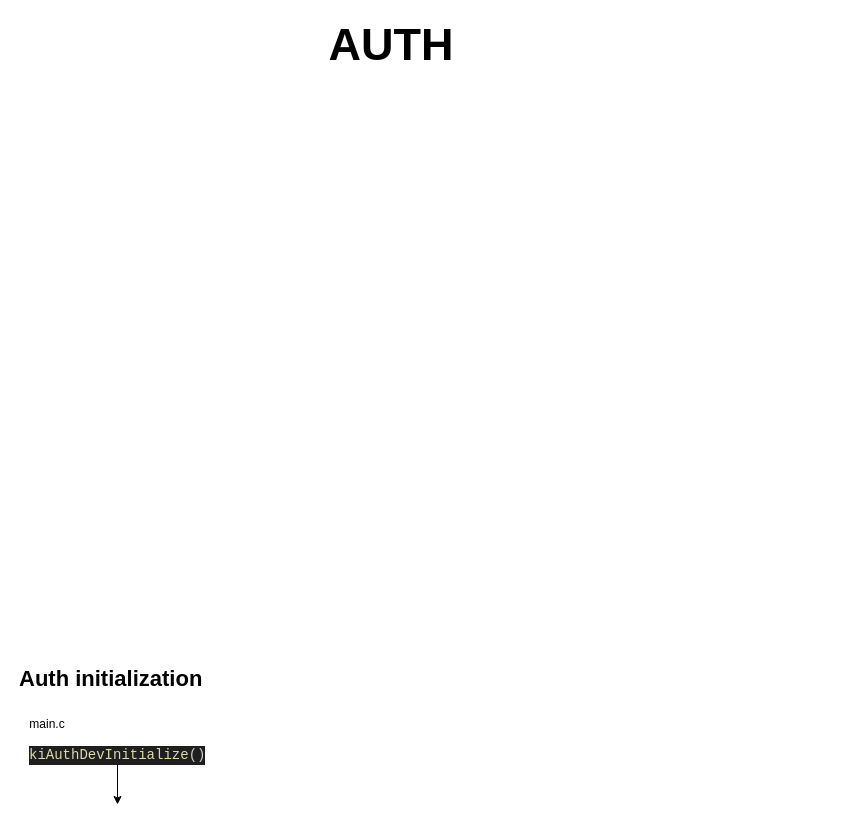
Above: diagram/251127_AUTH_flow.drawio in Jwoo0725/Ki (draw.io), before the change. Source tidied: cells renumbered, new cells numbered last; positions are measured from the earlier drawing's top-left corner, leaving out a move shared by most shapes. Both pictures are drawn from the tidied source at 100%, with x=0, y=0 at pixel (17, 29).
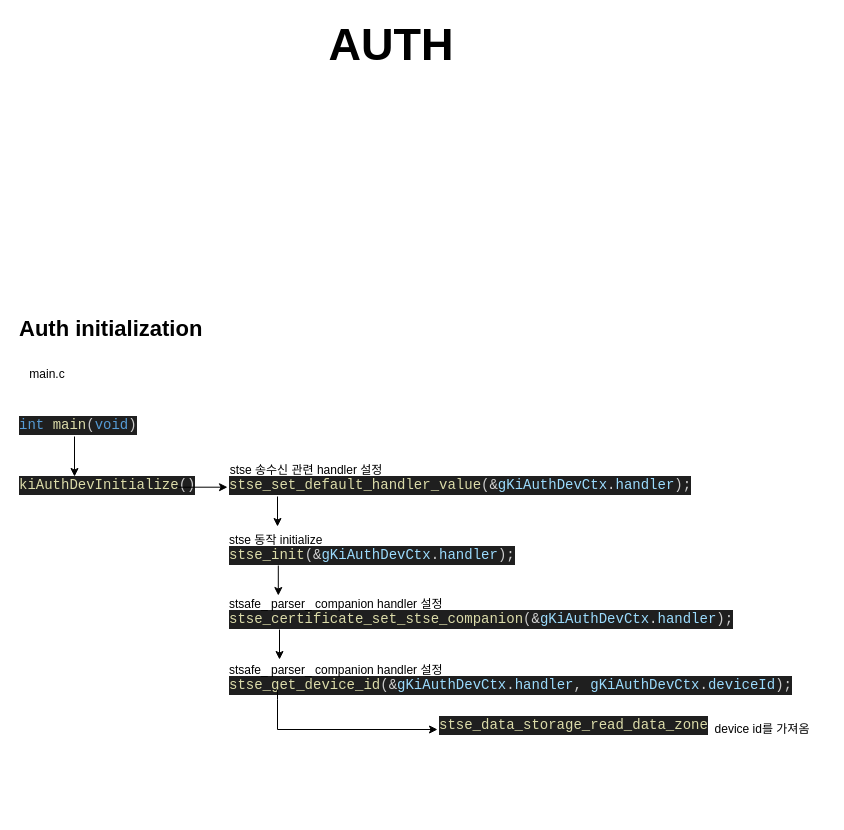
The same diagram, later.

What changed in the source:
```diff
@@
     <mxCell id="3" value="&lt;b&gt;Auth initialization&lt;/b&gt;" style="text;html=1;whiteSpace=wrap;strokeColor=none;fillColor=none;align=left;verticalAlign=middle;rounded=0;fontSize=22;" parent="1" vertex="1">
-      <mxGeometry y="630" width="230" height="40" as="geometry" />
+      <mxGeometry y="280" width="230" height="40" as="geometry" />
     </mxCell>
     <mxCell id="4" value="&lt;div style=&quot;color: #cccccc;background-color: #1f1f1f;font-family: Consolas, 'Courier New', monospace;font-weight: normal;font-size: 14px;line-height: 19px;white-space: pre;&quot;&gt;&lt;div&gt;&lt;span style=&quot;color: #dcdcaa;&quot;&gt;kiAuthDevInitialize&lt;/span&gt;&lt;span style=&quot;color: #cccccc;&quot;&gt;()&lt;/span&gt;&lt;/div&gt;&lt;/div&gt;" style="text;whiteSpace=wrap;html=1;" parent="1" vertex="1">
-      <mxGeometry x="10" y="710" width="200" height="40" as="geometry" />
+      <mxGeometry y="440" width="200" height="40" as="geometry" />
     </mxCell>
     <mxCell id="5" style="edgeStyle=none;orthogonalLoop=1;jettySize=auto;html=1;rounded=0;" parent="1" edge="1">
       <mxGeometry relative="1" as="geometry">
-        <mxPoint x="100" y="735" as="sourcePoint" />
-        <mxPoint x="100" y="775" as="targetPoint" />
+        <mxPoint x="160" y="457.7" as="sourcePoint" />
+        <mxPoint x="210" y="457.7" as="targetPoint" />
       </mxGeometry>
     </mxCell>
     <mxCell id="6" value="main.c" style="text;html=1;whiteSpace=wrap;strokeColor=none;fillColor=none;align=center;verticalAlign=middle;rounded=0;" parent="1" vertex="1">
-      <mxGeometry y="680" width="60" height="30" as="geometry" />
+      <mxGeometry y="330" width="60" height="30" as="geometry" />
     </mxCell>
+    <mxCell id="7" value="&lt;div style=&quot;color: #cccccc;background-color: #1f1f1f;font-family: Consolas, 'Courier New', monospace;font-weight: normal;font-size: 14px;line-height: 19px;white-space: pre;&quot;&gt;&lt;div&gt;&lt;span style=&quot;color: #569cd6;&quot;&gt;int&lt;/span&gt;&lt;span style=&quot;color: #cccccc;&quot;&gt; &lt;/span&gt;&lt;span style=&quot;color: #dcdcaa;&quot;&gt;main&lt;/span&gt;&lt;span style=&quot;color: #cccccc;&quot;&gt;(&lt;/span&gt;&lt;span style=&quot;color: #569cd6;&quot;&gt;void&lt;/span&gt;&lt;span style=&quot;color: #cccccc;&quot;&gt;)&lt;/span&gt;&lt;/div&gt;&lt;/div&gt;" style="text;whiteSpace=wrap;html=1;" parent="1" vertex="1">
+      <mxGeometry y="380" width="140" height="40" as="geometry" />
+    </mxCell>
+    <mxCell id="8" style="edgeStyle=none;orthogonalLoop=1;jettySize=auto;html=1;rounded=0;" parent="1" edge="1">
+      <mxGeometry relative="1" as="geometry">
+        <mxPoint x="57" y="407" as="sourcePoint" />
+        <mxPoint x="57" y="447" as="targetPoint" />
+      </mxGeometry>
+    </mxCell>
+    <mxCell id="9" value="&lt;div style=&quot;color: #cccccc;background-color: #1f1f1f;font-family: Consolas, 'Courier New', monospace;font-weight: normal;font-size: 14px;line-height: 19px;white-space: pre;&quot;&gt;&lt;div&gt;&lt;span style=&quot;color: #dcdcaa;&quot;&gt;stse_set_default_handler_value&lt;/span&gt;&lt;span style=&quot;color: #cccccc;&quot;&gt;(&lt;/span&gt;&lt;span style=&quot;color: #d4d4d4;&quot;&gt;&amp;amp;&lt;/span&gt;&lt;span style=&quot;color: #9cdcfe;&quot;&gt;gKiAuthDevCtx&lt;/span&gt;&lt;span style=&quot;color: #cccccc;&quot;&gt;.&lt;/span&gt;&lt;span style=&quot;color: #9cdcfe;&quot;&gt;handler&lt;/span&gt;&lt;span style=&quot;color: #cccccc;&quot;&gt;);&lt;/span&gt;&lt;/div&gt;&lt;/div&gt;" style="text;whiteSpace=wrap;html=1;" parent="1" vertex="1">
+      <mxGeometry x="210" y="440" width="460" height="40" as="geometry" />
+    </mxCell>
+    <mxCell id="10" value="stse 송수신 관련 handler 설정" style="text;html=1;whiteSpace=wrap;strokeColor=none;fillColor=none;align=center;verticalAlign=middle;rounded=0;" parent="1" vertex="1">
+      <mxGeometry x="204" y="440" width="170" as="geometry" />
+    </mxCell>
+    <mxCell id="11" value="&lt;div style=&quot;color: #cccccc;background-color: #1f1f1f;font-family: Consolas, 'Courier New', monospace;font-weight: normal;font-size: 14px;line-height: 19px;white-space: pre;&quot;&gt;&lt;div&gt;&lt;span style=&quot;color: #dcdcaa;&quot;&gt;stse_init&lt;/span&gt;&lt;span style=&quot;color: #cccccc;&quot;&gt;(&lt;/span&gt;&lt;span style=&quot;color: #d4d4d4;&quot;&gt;&amp;amp;&lt;/span&gt;&lt;span style=&quot;color: #9cdcfe;&quot;&gt;gKiAuthDevCtx&lt;/span&gt;&lt;span style=&quot;color: #cccccc;&quot;&gt;.&lt;/span&gt;&lt;span style=&quot;color: #9cdcfe;&quot;&gt;handler&lt;/span&gt;&lt;span style=&quot;color: #cccccc;&quot;&gt;);&lt;/span&gt;&lt;/div&gt;&lt;/div&gt;" style="text;whiteSpace=wrap;html=1;" parent="1" vertex="1">
+      <mxGeometry x="210" y="510" width="300" height="40" as="geometry" />
+    </mxCell>
+    <mxCell id="12" style="edgeStyle=none;orthogonalLoop=1;jettySize=auto;html=1;rounded=0;" parent="1" edge="1">
+      <mxGeometry relative="1" as="geometry">
+        <mxPoint x="260" y="467" as="sourcePoint" />
+        <mxPoint x="260" y="497" as="targetPoint" />
+      </mxGeometry>
+    </mxCell>
+    <mxCell id="13" value="&lt;div style=&quot;color: #cccccc;background-color: #1f1f1f;font-family: Consolas, 'Courier New', monospace;font-weight: normal;font-size: 14px;line-height: 19px;white-space: pre;&quot;&gt;&lt;div&gt;&lt;span style=&quot;color: #dcdcaa;&quot;&gt;stse_certificate_set_stse_companion&lt;/span&gt;&lt;span style=&quot;color: #cccccc;&quot;&gt;(&lt;/span&gt;&lt;span style=&quot;color: #d4d4d4;&quot;&gt;&amp;amp;&lt;/span&gt;&lt;span style=&quot;color: #9cdcfe;&quot;&gt;gKiAuthDevCtx&lt;/span&gt;&lt;span style=&quot;color: #cccccc;&quot;&gt;.&lt;/span&gt;&lt;span style=&quot;color: #9cdcfe;&quot;&gt;handler&lt;/span&gt;&lt;span style=&quot;color: #cccccc;&quot;&gt;);&lt;/span&gt;&lt;/div&gt;&lt;/div&gt;" style="text;whiteSpace=wrap;html=1;" parent="1" vertex="1">
+      <mxGeometry x="210" y="574" width="500" height="40" as="geometry" />
+    </mxCell>
+    <mxCell id="14" value="stse 동작 initialize" style="text;html=1;whiteSpace=wrap;strokeColor=none;fillColor=none;align=left;verticalAlign=middle;rounded=0;" parent="1" vertex="1">
+      <mxGeometry x="210" y="510" width="116" as="geometry" />
+    </mxCell>
+    <mxCell id="15" style="edgeStyle=none;orthogonalLoop=1;jettySize=auto;html=1;rounded=0;" parent="1" edge="1">
+      <mxGeometry relative="1" as="geometry">
+        <mxPoint x="260.8" y="536" as="sourcePoint" />
+        <mxPoint x="260.8" y="566" as="targetPoint" />
+      </mxGeometry>
+    </mxCell>
+    <mxCell id="16" value="stsafe_ parser_ companion handler 설정" style="text;html=1;whiteSpace=wrap;strokeColor=none;fillColor=none;align=left;verticalAlign=middle;rounded=0;" parent="1" vertex="1">
+      <mxGeometry x="210" y="574" width="230" as="geometry" />
+    </mxCell>
+    <mxCell id="17" style="edgeStyle=none;orthogonalLoop=1;jettySize=auto;html=1;rounded=0;" parent="1" edge="1">
+      <mxGeometry relative="1" as="geometry">
+        <mxPoint x="262" y="600" as="sourcePoint" />
+        <mxPoint x="262" y="630" as="targetPoint" />
+      </mxGeometry>
+    </mxCell>
+    <mxCell id="18" value="&lt;div style=&quot;color: #cccccc;background-color: #1f1f1f;font-family: Consolas, 'Courier New', monospace;font-weight: normal;font-size: 14px;line-height: 19px;white-space: pre;&quot;&gt;&lt;div&gt;&lt;span style=&quot;color: #dcdcaa;&quot;&gt;stse_get_device_id&lt;/span&gt;&lt;span style=&quot;color: #cccccc;&quot;&gt;(&lt;/span&gt;&lt;span style=&quot;color: #d4d4d4;&quot;&gt;&amp;amp;&lt;/span&gt;&lt;span style=&quot;color: #9cdcfe;&quot;&gt;gKiAuthDevCtx&lt;/span&gt;&lt;span style=&quot;color: #cccccc;&quot;&gt;.&lt;/span&gt;&lt;span style=&quot;color: #9cdcfe;&quot;&gt;handler&lt;/span&gt;&lt;span style=&quot;color: #cccccc;&quot;&gt;, &lt;/span&gt;&lt;span style=&quot;color: #9cdcfe;&quot;&gt;gKiAuthDevCtx&lt;/span&gt;&lt;span style=&quot;color: #cccccc;&quot;&gt;.&lt;/span&gt;&lt;span style=&quot;color: #9cdcfe;&quot;&gt;deviceId&lt;/span&gt;&lt;span style=&quot;color: #cccccc;&quot;&gt;);&lt;/span&gt;&lt;/div&gt;&lt;/div&gt;" style="text;whiteSpace=wrap;html=1;" parent="1" vertex="1">
+      <mxGeometry x="210" y="640" width="560" height="40" as="geometry" />
+    </mxCell>
+    <mxCell id="19" value="stsafe_ parser_ companion handler 설정" style="text;html=1;whiteSpace=wrap;strokeColor=none;fillColor=none;align=left;verticalAlign=middle;rounded=0;" parent="1" vertex="1">
+      <mxGeometry x="210" y="640" width="230" as="geometry" />
+    </mxCell>
+    <mxCell id="20" value="&lt;div style=&quot;color: #cccccc;background-color: #1f1f1f;font-family: Consolas, 'Courier New', monospace;font-weight: normal;font-size: 14px;line-height: 19px;white-space: pre;&quot;&gt;&lt;div&gt;&lt;span style=&quot;color: #dcdcaa;&quot;&gt;stse_data_storage_read_data_zone&lt;/span&gt;&lt;/div&gt;&lt;/div&gt;" style="text;whiteSpace=wrap;html=1;" parent="1" vertex="1">
+      <mxGeometry x="420" y="680" width="280" height="40" as="geometry" />
+    </mxCell>
+    <mxCell id="21" style="edgeStyle=none;jettySize=auto;html=1;rounded=0;entryX=0;entryY=0.5;entryDx=0;entryDy=0;" parent="1" edge="1" target="20">
+      <mxGeometry relative="1" as="geometry">
+        <mxPoint x="260" y="660" as="sourcePoint" />
+        <Array as="points">
+          <mxPoint x="260" y="670" />
+          <mxPoint x="260" y="700" />
+        </Array>
+      </mxGeometry>
+    </mxCell>
+    <mxCell id="22" value="device id를 가져옴" style="text;html=1;whiteSpace=wrap;strokeColor=none;fillColor=none;align=center;verticalAlign=middle;rounded=0;" parent="1" vertex="1">
+      <mxGeometry x="680" y="690" width="130" height="20" as="geometry" />
+    </mxCell>
```
